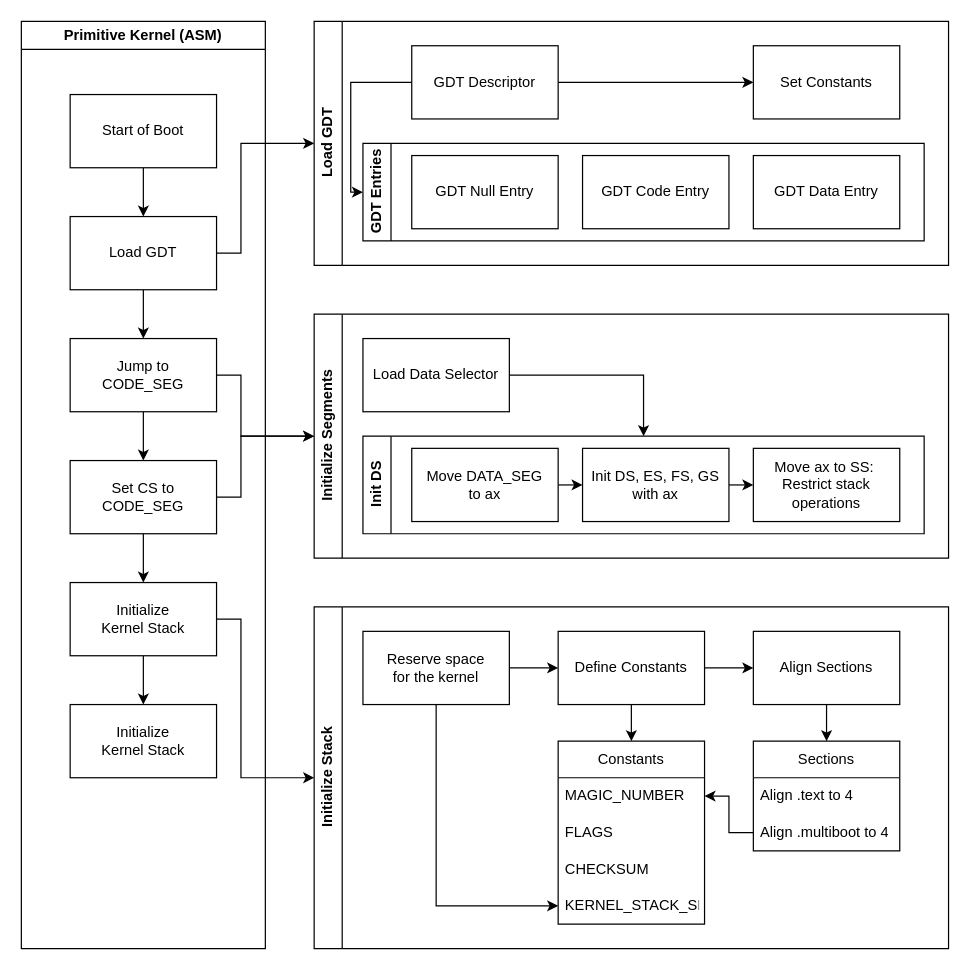
Before: page "Boot Process" (1 of 2) of naOS.drawio in noaether/naOS, a draw.io diagram. Source tidied: cells renumbered, new cells numbered last; positions are measured from the earlier drawing's top-left corner, leaving out a move shared by most shapes. Both pictures are drawn from the tidied source at 122%, with x=0, y=0 at pixel (21, 21).
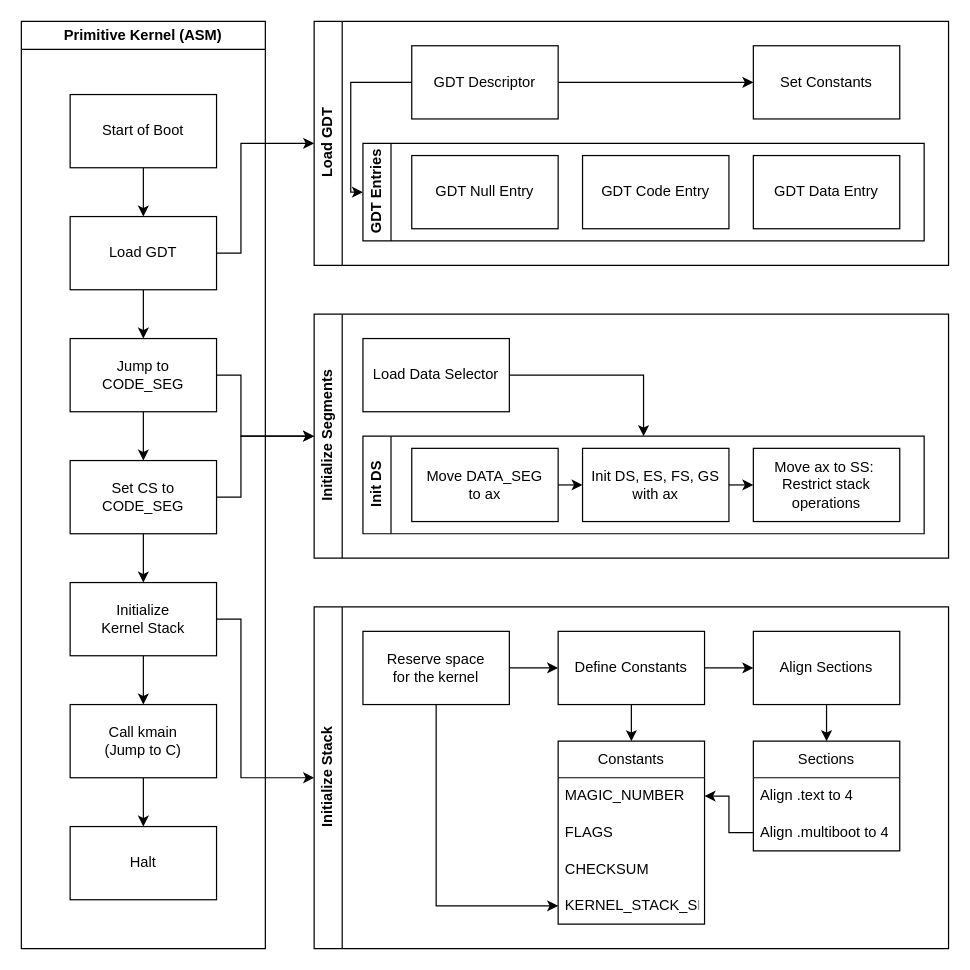
After the change.

The change refers to these unchanged cells:
```xml
<mxCell id="2" value="Primitive Kernel (ASM)" style="swimlane;whiteSpace=wrap;html=1;" parent="1" vertex="1">
  <mxGeometry width="200" height="760" as="geometry" />
</mxCell>
```

Diff of the diagram source:
```diff
@@
+    <mxCell id="54" style="edgeStyle=orthogonalEdgeStyle;rounded=0;jettySize=auto;html=1;entryX=0.5;entryY=0;entryDx=0;entryDy=0;" parent="2" edge="1" source="13" target="55">
+      <mxGeometry relative="1" as="geometry" />
+    </mxCell>
-    <mxCell id="13" value="Initialize &lt;br&gt;Kernel Stack" style="rounded=0;whiteSpace=wrap;html=1;" parent="2" vertex="1">
+    <mxCell id="13" value="Call kmain&lt;br&gt;(Jump to C)" style="rounded=0;whiteSpace=wrap;html=1;" parent="2" vertex="1">
       <mxGeometry x="40" y="560" width="120" height="60" as="geometry" />
     </mxCell>
+    <mxCell id="55" value="Halt" style="rounded=0;whiteSpace=wrap;html=1;" parent="2" vertex="1">
+      <mxGeometry x="40" y="660" width="120" height="60" as="geometry" />
+    </mxCell>
```
